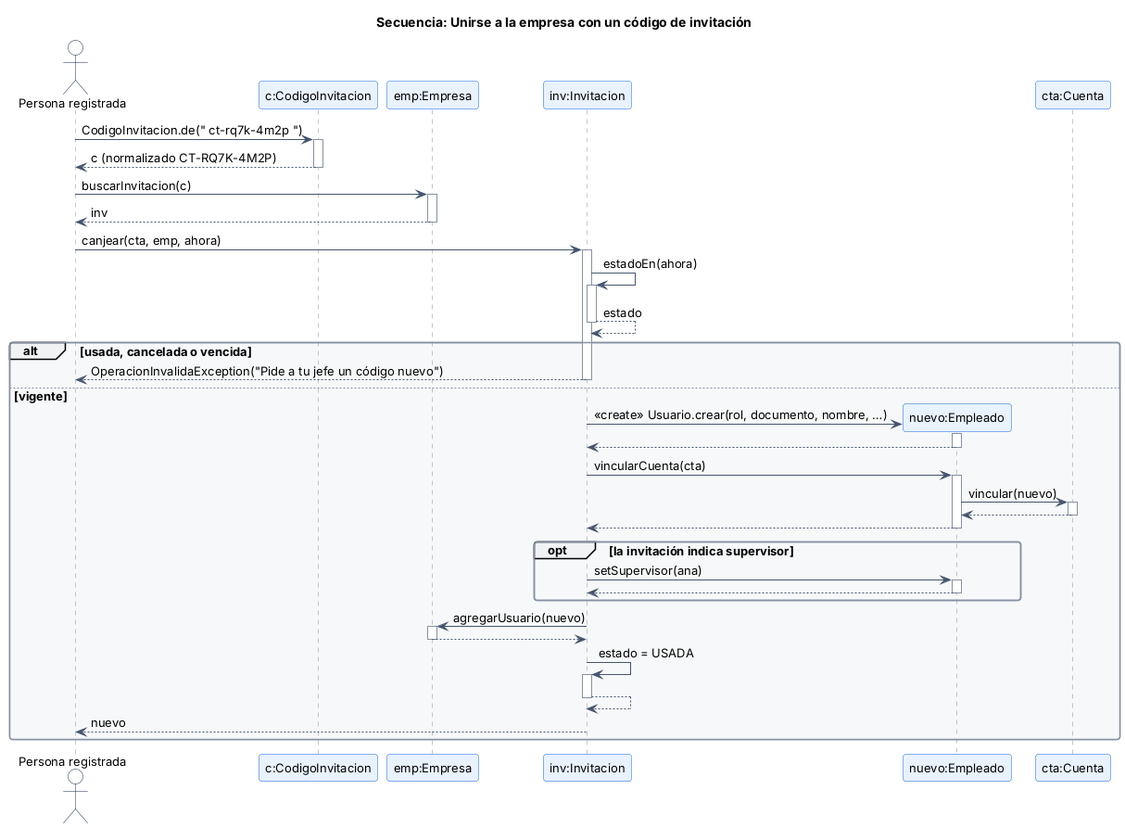
diavolo34/Proyecto-Poo keeps this PlantUML diagram as docs/diagramas/img/secuencia_unirse_empresa.png. Above is the earlier version. Its diagram source:
```plantuml
@startuml secuencia_unirse_empresa
!include estilo.iuml
title Secuencia: Unirse a la empresa con un código de invitación
autoactivate on
actor "Persona registrada" as A
participant "c:CodigoInvitacion" as CO
participant "emp:Empresa" as EM
participant "inv:Invitacion" as I
participant "nuevo:Empleado" as N
participant "cta:Cuenta" as C

A -> CO : CodigoInvitacion.de(" ct-rq7k-4m2p ")
CO --> A : c (normalizado CT-RQ7K-4M2P)
A -> EM : buscarInvitacion(c)
EM --> A : inv
A -> I : canjear(cta, emp, ahora)
I -> I : estadoEn(ahora)
I --> I : estado
alt usada, cancelada o vencida
  I --> A : OperacionInvalidaException("Pide a tu jefe un código nuevo")
else vigente
  create N
  I -> N : <<create>> Usuario.crear(rol, documento, nombre, …)
  N --> I
  I -> N : vincularCuenta(cta)
  N -> C : vincular(nuevo)
  C --> N
  N --> I
  opt la invitación indica supervisor
    I -> N : setSupervisor(ana)
    N --> I
  end
  I -> EM : agregarUsuario(nuevo)
  EM --> I
  I -> I : estado = USADA
  I --> I
  I --> A : nuevo
end
@enduml
```
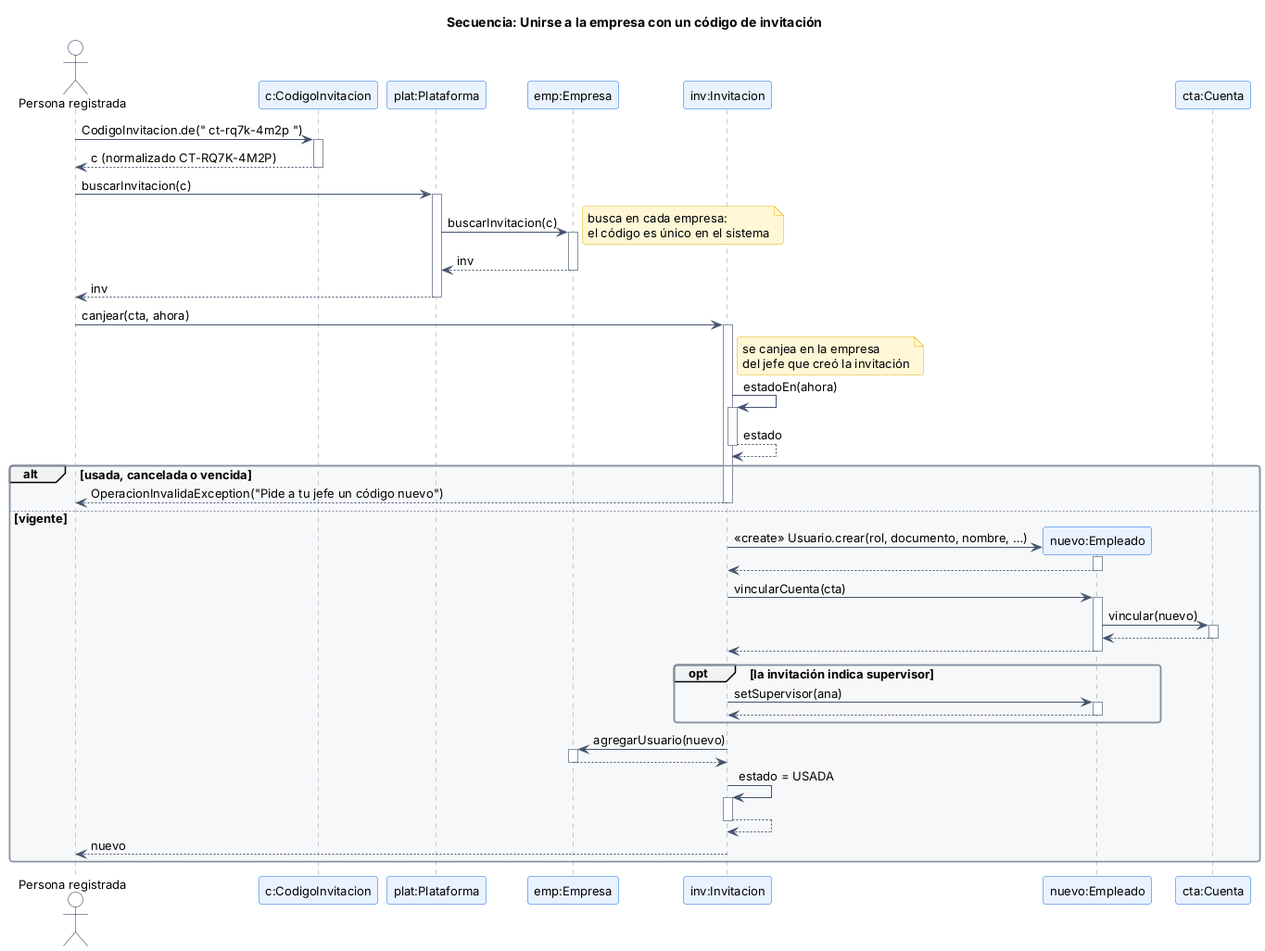
Later version of the same file.

What changed in the source:
```diff
@@ -4,6 +4,7 @@
 autoactivate on
 actor "Persona registrada" as A
 participant "c:CodigoInvitacion" as CO
+participant "plat:Plataforma" as P
 participant "emp:Empresa" as EM
 participant "inv:Invitacion" as I
 participant "nuevo:Empleado" as N
@@ -11,9 +12,13 @@
 
 A -> CO : CodigoInvitacion.de(" ct-rq7k-4m2p ")
 CO --> A : c (normalizado CT-RQ7K-4M2P)
-A -> EM : buscarInvitacion(c)
-EM --> A : inv
-A -> I : canjear(cta, emp, ahora)
+A -> P : buscarInvitacion(c)
+P -> EM : buscarInvitacion(c)
+note right: busca en cada empresa:\nel código es único en el sistema
+EM --> P : inv
+P --> A : inv
+A -> I : canjear(cta, ahora)
+note right of I: se canjea en la empresa\ndel jefe que creó la invitación
 I -> I : estadoEn(ahora)
 I --> I : estado
 alt usada, cancelada o vencida
```
